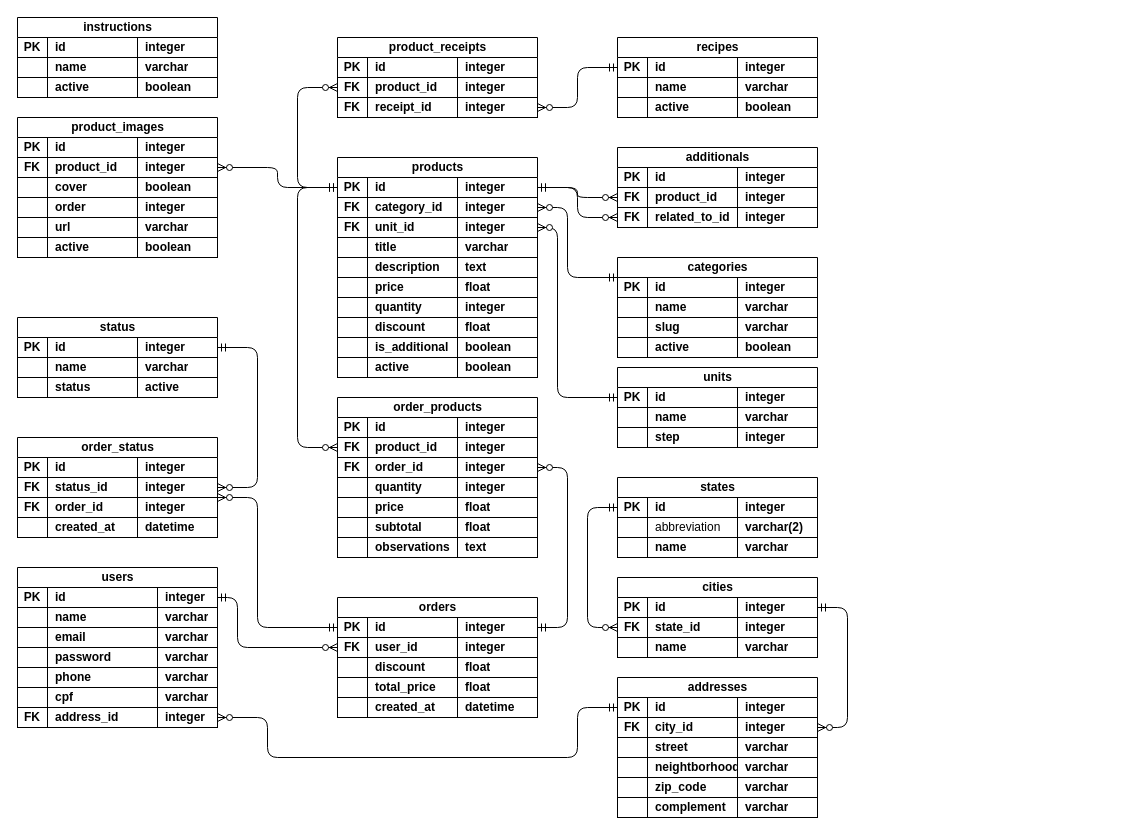
Before: database/mer/UML.drawio in univesp-pium/apprestaurantes, a draw.io diagram. Source tidied: cells renumbered, new cells numbered last; positions are measured from the earlier drawing's top-left corner, leaving out a move shared by most shapes. Both pictures are drawn from the tidied source at 100%, with x=0, y=0 at pixel (17, 17).
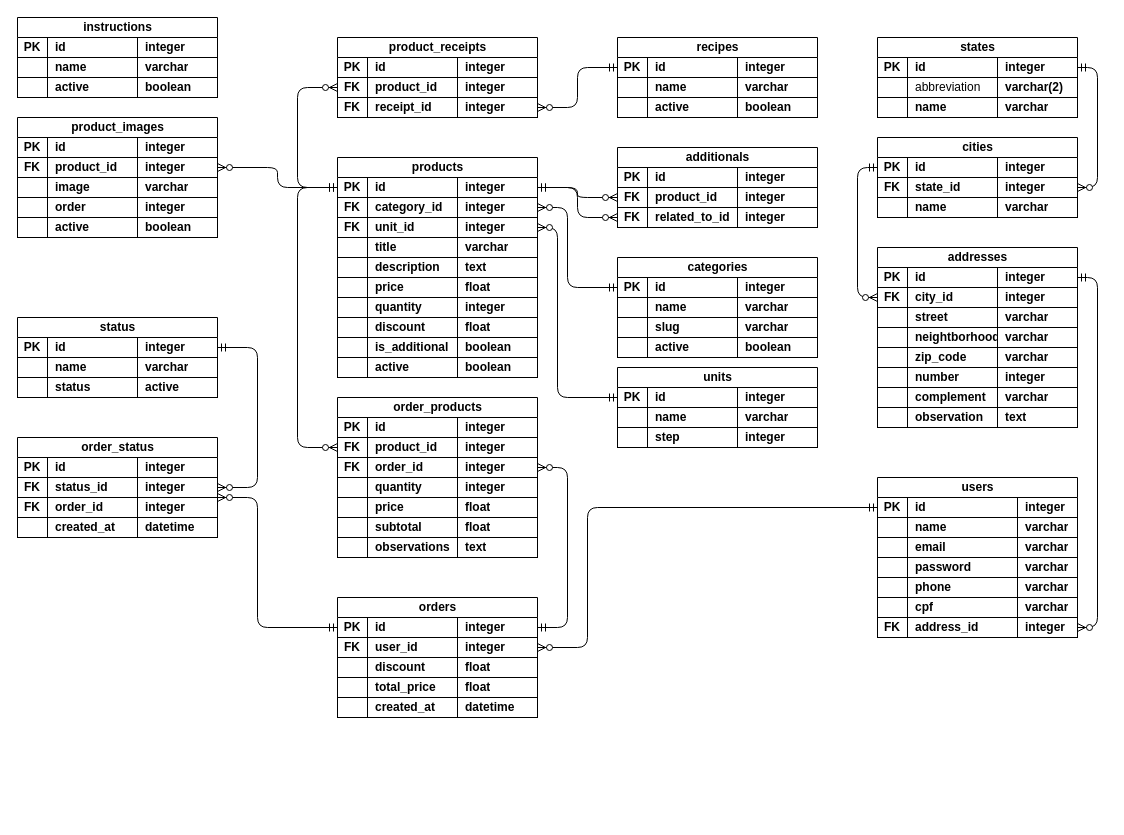
The same diagram, later.

Unchanged cells that the change refers to:
```xml
<mxCell id="3" style="shape=tableRow;horizontal=0;startSize=0;swimlaneHead=0;swimlaneBody=0;fillColor=none;points=[[0,0.5],[1,0.5]];portConstraint=eastwest;top=0;left=0;right=0;bottom=1;" parent="2" vertex="1">
  <mxGeometry y="20" width="200" height="20" as="geometry" />
</mxCell>
<mxCell id="27" style="shape=tableRow;horizontal=0;startSize=0;swimlaneHead=0;swimlaneBody=0;fillColor=none;points=[[0,0.5],[1,0.5]];portConstraint=eastwest;top=0;left=0;right=0;bottom=1;" parent="2" vertex="1">
  <mxGeometry y="140" width="200" height="20" as="geometry" />
</mxCell>
<mxCell id="36" style="shape=tableRow;horizontal=0;startSize=0;swimlaneHead=0;swimlaneBody=0;fillColor=none;points=[[0,0.5],[1,0.5]];portConstraint=eastwest;top=0;left=0;right=0;bottom=1;fontFamily=Helvetica;fontSize=12;fontColor=default;labelBackgroundColor=default;" parent="31" vertex="1">
  <mxGeometry y="40" width="200" height="20" as="geometry" />
</mxCell>
<mxCell id="116" style="shape=tableRow;horizontal=0;startSize=0;swimlaneHead=0;swimlaneBody=0;fillColor=none;points=[[0,0.5],[1,0.5]];portConstraint=eastwest;top=0;left=0;right=0;bottom=1;fontFamily=Helvetica;fontSize=12;fontColor=default;labelBackgroundColor=default;" parent="111" vertex="1">
  <mxGeometry y="40" width="200" height="20" as="geometry" />
</mxCell>
<mxCell id="153" style="shape=tableRow;horizontal=0;startSize=0;swimlaneHead=0;swimlaneBody=0;fillColor=none;points=[[0,0.5],[1,0.5]];portConstraint=eastwest;top=0;left=0;right=0;bottom=1;fontFamily=Helvetica;fontSize=12;fontColor=default;labelBackgroundColor=default;" parent="152" vertex="1">
  <mxGeometry y="20" width="200" height="20" as="geometry" />
</mxCell>
<mxCell id="195" style="shape=tableRow;horizontal=0;startSize=0;swimlaneHead=0;swimlaneBody=0;fillColor=none;points=[[0,0.5],[1,0.5]];portConstraint=eastwest;top=0;left=0;right=0;bottom=1;fontFamily=Helvetica;fontSize=12;fontColor=default;labelBackgroundColor=default;" parent="194" vertex="1">
  <mxGeometry y="20" width="200" height="20" as="geometry" />
</mxCell>
<mxCell id="199" style="shape=tableRow;horizontal=0;startSize=0;swimlaneHead=0;swimlaneBody=0;fillColor=none;points=[[0,0.5],[1,0.5]];portConstraint=eastwest;top=0;left=0;right=0;bottom=1;fontFamily=Helvetica;fontSize=12;fontColor=default;labelBackgroundColor=default;" parent="194" vertex="1">
  <mxGeometry y="40" width="200" height="20" as="geometry" />
</mxCell>
<mxCell id="215" style="shape=tableRow;horizontal=0;startSize=0;swimlaneHead=0;swimlaneBody=0;fillColor=none;top=0;left=0;right=0;bottom=1;fontFamily=Helvetica;fontSize=12;fontColor=default;labelBackgroundColor=default;" parent="194" vertex="1">
  <mxGeometry y="120" width="200" height="20" as="geometry" />
</mxCell>
<mxCell id="220" style="shape=tableRow;horizontal=0;startSize=0;swimlaneHead=0;swimlaneBody=0;fillColor=none;points=[[0,0.5],[1,0.5]];portConstraint=eastwest;top=0;left=0;right=0;bottom=1;fontFamily=Helvetica;fontSize=12;fontColor=default;labelBackgroundColor=default;" parent="219" vertex="1">
  <mxGeometry y="20" width="200" height="20" as="geometry" />
</mxCell>
<mxCell id="224" style="shape=tableRow;horizontal=0;startSize=0;swimlaneHead=0;swimlaneBody=0;fillColor=none;points=[[0,0.5],[1,0.5]];portConstraint=eastwest;top=0;left=0;right=0;bottom=1;fontFamily=Helvetica;fontSize=12;fontColor=default;labelBackgroundColor=default;" parent="219" vertex="1">
  <mxGeometry y="40" width="200" height="20" as="geometry" />
</mxCell>
<mxCell id="233" style="shape=tableRow;horizontal=0;startSize=0;swimlaneHead=0;swimlaneBody=0;fillColor=none;points=[[0,0.5],[1,0.5]];portConstraint=eastwest;top=0;left=0;right=0;bottom=1;fontFamily=Helvetica;fontSize=12;fontColor=default;labelBackgroundColor=default;" parent="232" vertex="1">
  <mxGeometry y="20" width="200" height="20" as="geometry" />
</mxCell>
```

Diff of the diagram source:
```diff
@@
     <mxCell id="2" value="users" style="shape=table;startSize=20;childLayout=tableLayout;rowLines=0;fontStyle=1;align=center;html=1;" parent="1" vertex="1">
-      <mxGeometry y="550" width="200" height="160" as="geometry" />
+      <mxGeometry x="860" y="460" width="200" height="160" as="geometry" />
     </mxCell>
@@
     <mxCell id="169" value="product_images" style="shape=table;startSize=20;childLayout=tableLayout;rowLines=0;fontStyle=1;align=center;html=1;fontFamily=Helvetica;fontSize=12;fontColor=default;labelBackgroundColor=default;" parent="1" vertex="1">
-      <mxGeometry y="100" width="200" height="140" as="geometry" />
+      <mxGeometry y="100" width="200" height="120" as="geometry" />
     </mxCell>
@@
-    <mxCell id="178" style="shape=tableRow;horizontal=0;startSize=0;swimlaneHead=0;swimlaneBody=0;fillColor=none;top=0;left=0;right=0;bottom=1;fontFamily=Helvetica;fontSize=12;fontColor=default;labelBackgroundColor=default;" parent="169" vertex="1">
-      <mxGeometry y="60" width="200" height="20" as="geometry" />
-    </mxCell>
-    <mxCell id="179" style="shape=partialRectangle;fillColor=none;top=0;left=0;bottom=0;right=0;fontStyle=1;overflow=hidden;whiteSpace=wrap;html=1;fontFamily=Helvetica;fontSize=12;fontColor=default;labelBackgroundColor=default;" parent="178" vertex="1">
-      <mxGeometry width="30" height="20" as="geometry" />
-    </mxCell>
-    <mxCell id="180" value="cover" style="shape=partialRectangle;fillColor=none;top=0;left=0;bottom=0;right=0;align=left;spacingLeft=6;fontStyle=1;overflow=hidden;whiteSpace=wrap;html=1;fontFamily=Helvetica;fontSize=12;fontColor=default;labelBackgroundColor=default;" parent="178" vertex="1">
-      <mxGeometry x="30" width="90" height="20" as="geometry" />
-    </mxCell>
-    <mxCell id="181" value="boolean" style="shape=partialRectangle;fillColor=none;top=0;left=0;bottom=0;right=0;align=left;spacingLeft=6;fontStyle=1;overflow=hidden;whiteSpace=wrap;html=1;fontFamily=Helvetica;fontSize=12;fontColor=default;labelBackgroundColor=default;" parent="178" vertex="1">
-      <mxGeometry x="120" width="80" height="20" as="geometry" />
-    </mxCell>
+    <mxCell id="186" style="shape=tableRow;horizontal=0;startSize=0;swimlaneHead=0;swimlaneBody=0;fillColor=none;top=0;left=0;right=0;bottom=1;fontFamily=Helvetica;fontSize=12;fontColor=default;labelBackgroundColor=default;" parent="169" vertex="1">
+      <mxGeometry y="60" width="200" height="20" as="geometry" />
+    </mxCell>
+    <mxCell id="187" style="shape=partialRectangle;fillColor=none;top=0;left=0;bottom=0;right=0;fontStyle=1;overflow=hidden;whiteSpace=wrap;html=1;fontFamily=Helvetica;fontSize=12;fontColor=default;labelBackgroundColor=default;" parent="186" vertex="1">
+      <mxGeometry width="30" height="20" as="geometry" />
+    </mxCell>
+    <mxCell id="188" value="image" style="shape=partialRectangle;fillColor=none;top=0;left=0;bottom=0;right=0;align=left;spacingLeft=6;fontStyle=1;overflow=hidden;whiteSpace=wrap;html=1;fontFamily=Helvetica;fontSize=12;fontColor=default;labelBackgroundColor=default;" parent="186" vertex="1">
+      <mxGeometry x="30" width="90" height="20" as="geometry" />
+    </mxCell>
+    <mxCell id="189" value="varchar" style="shape=partialRectangle;fillColor=none;top=0;left=0;bottom=0;right=0;align=left;spacingLeft=6;fontStyle=1;overflow=hidden;whiteSpace=wrap;html=1;fontFamily=Helvetica;fontSize=12;fontColor=default;labelBackgroundColor=default;" parent="186" vertex="1">
+      <mxGeometry x="120" width="80" height="20" as="geometry" />
+    </mxCell>
@@
-    <mxCell id="186" style="shape=tableRow;horizontal=0;startSize=0;swimlaneHead=0;swimlaneBody=0;fillColor=none;top=0;left=0;right=0;bottom=1;fontFamily=Helvetica;fontSize=12;fontColor=default;labelBackgroundColor=default;" parent="169" vertex="1">
-      <mxGeometry y="100" width="200" height="20" as="geometry" />
-    </mxCell>
-    <mxCell id="187" style="shape=partialRectangle;fillColor=none;top=0;left=0;bottom=0;right=0;fontStyle=1;overflow=hidden;whiteSpace=wrap;html=1;fontFamily=Helvetica;fontSize=12;fontColor=default;labelBackgroundColor=default;" parent="186" vertex="1">
-      <mxGeometry width="30" height="20" as="geometry" />
-    </mxCell>
-    <mxCell id="188" value="url" style="shape=partialRectangle;fillColor=none;top=0;left=0;bottom=0;right=0;align=left;spacingLeft=6;fontStyle=1;overflow=hidden;whiteSpace=wrap;html=1;fontFamily=Helvetica;fontSize=12;fontColor=default;labelBackgroundColor=default;" parent="186" vertex="1">
-      <mxGeometry x="30" width="90" height="20" as="geometry" />
-    </mxCell>
-    <mxCell id="189" value="varchar" style="shape=partialRectangle;fillColor=none;top=0;left=0;bottom=0;right=0;align=left;spacingLeft=6;fontStyle=1;overflow=hidden;whiteSpace=wrap;html=1;fontFamily=Helvetica;fontSize=12;fontColor=default;labelBackgroundColor=default;" parent="186" vertex="1">
-      <mxGeometry x="120" width="80" height="20" as="geometry" />
-    </mxCell>
     <mxCell id="190" style="shape=tableRow;horizontal=0;startSize=0;swimlaneHead=0;swimlaneBody=0;fillColor=none;top=0;left=0;right=0;bottom=1;fontFamily=Helvetica;fontSize=12;fontColor=default;labelBackgroundColor=default;" parent="169" vertex="1">
-      <mxGeometry y="120" width="200" height="20" as="geometry" />
+      <mxGeometry y="100" width="200" height="20" as="geometry" />
     </mxCell>
@@
     <mxCell id="194" value="addresses" style="shape=table;startSize=20;childLayout=tableLayout;rowLines=0;fontStyle=1;align=center;html=1;fontFamily=Helvetica;fontSize=12;fontColor=default;labelBackgroundColor=default;" parent="1" vertex="1">
-      <mxGeometry x="600" y="660" width="200" height="140" as="geometry" />
+      <mxGeometry x="860" y="230" width="200" height="180" as="geometry" />
     </mxCell>
@@
-    <mxCell id="217" value="complement" style="shape=partialRectangle;fillColor=none;top=0;left=0;bottom=0;right=0;align=left;spacingLeft=6;fontStyle=1;overflow=hidden;whiteSpace=wrap;html=1;fontFamily=Helvetica;fontSize=12;fontColor=default;labelBackgroundColor=default;" parent="215" vertex="1">
+    <mxCell id="217" value="number" style="shape=partialRectangle;fillColor=none;top=0;left=0;bottom=0;right=0;align=left;spacingLeft=6;fontStyle=1;overflow=hidden;whiteSpace=wrap;html=1;fontFamily=Helvetica;fontSize=12;fontColor=default;labelBackgroundColor=default;" parent="215" vertex="1">
       <mxGeometry x="30" width="90" height="20" as="geometry" />
     </mxCell>
-    <mxCell id="218" value="varchar" style="shape=partialRectangle;fillColor=none;top=0;left=0;bottom=0;right=0;align=left;spacingLeft=6;fontStyle=1;overflow=hidden;whiteSpace=wrap;html=1;fontFamily=Helvetica;fontSize=12;fontColor=default;labelBackgroundColor=default;" parent="215" vertex="1">
+    <mxCell id="218" value="integer" style="shape=partialRectangle;fillColor=none;top=0;left=0;bottom=0;right=0;align=left;spacingLeft=6;fontStyle=1;overflow=hidden;whiteSpace=wrap;html=1;fontFamily=Helvetica;fontSize=12;fontColor=default;labelBackgroundColor=default;" parent="215" vertex="1">
       <mxGeometry x="120" width="80" height="20" as="geometry" />
     </mxCell>
+    <mxCell id="325" style="shape=tableRow;horizontal=0;startSize=0;swimlaneHead=0;swimlaneBody=0;fillColor=none;top=0;left=0;right=0;bottom=1;fontFamily=Helvetica;fontSize=12;fontColor=default;labelBackgroundColor=default;" parent="194" vertex="1">
+      <mxGeometry y="140" width="200" height="20" as="geometry" />
+    </mxCell>
+    <mxCell id="326" style="shape=partialRectangle;fillColor=none;top=0;left=0;bottom=0;right=0;fontStyle=1;overflow=hidden;whiteSpace=wrap;html=1;fontFamily=Helvetica;fontSize=12;fontColor=default;labelBackgroundColor=default;" parent="325" vertex="1">
+      <mxGeometry width="30" height="20" as="geometry" />
+    </mxCell>
+    <mxCell id="327" value="complement" style="shape=partialRectangle;fillColor=none;top=0;left=0;bottom=0;right=0;align=left;spacingLeft=6;fontStyle=1;overflow=hidden;whiteSpace=wrap;html=1;fontFamily=Helvetica;fontSize=12;fontColor=default;labelBackgroundColor=default;" parent="325" vertex="1">
+      <mxGeometry x="30" width="90" height="20" as="geometry" />
+    </mxCell>
+    <mxCell id="328" value="varchar" style="shape=partialRectangle;fillColor=none;top=0;left=0;bottom=0;right=0;align=left;spacingLeft=6;fontStyle=1;overflow=hidden;whiteSpace=wrap;html=1;fontFamily=Helvetica;fontSize=12;fontColor=default;labelBackgroundColor=default;" parent="325" vertex="1">
+      <mxGeometry x="120" width="80" height="20" as="geometry" />
+    </mxCell>
+    <mxCell id="329" style="shape=tableRow;horizontal=0;startSize=0;swimlaneHead=0;swimlaneBody=0;fillColor=none;top=0;left=0;right=0;bottom=1;fontFamily=Helvetica;fontSize=12;fontColor=default;labelBackgroundColor=default;" parent="194" vertex="1">
+      <mxGeometry y="160" width="200" height="20" as="geometry" />
+    </mxCell>
+    <mxCell id="330" style="shape=partialRectangle;fillColor=none;top=0;left=0;bottom=0;right=0;fontStyle=1;overflow=hidden;whiteSpace=wrap;html=1;fontFamily=Helvetica;fontSize=12;fontColor=default;labelBackgroundColor=default;" parent="329" vertex="1">
+      <mxGeometry width="30" height="20" as="geometry" />
+    </mxCell>
+    <mxCell id="331" value="observation" style="shape=partialRectangle;fillColor=none;top=0;left=0;bottom=0;right=0;align=left;spacingLeft=6;fontStyle=1;overflow=hidden;whiteSpace=wrap;html=1;fontFamily=Helvetica;fontSize=12;fontColor=default;labelBackgroundColor=default;" parent="329" vertex="1">
+      <mxGeometry x="30" width="90" height="20" as="geometry" />
+    </mxCell>
+    <mxCell id="332" value="text" style="shape=partialRectangle;fillColor=none;top=0;left=0;bottom=0;right=0;align=left;spacingLeft=6;fontStyle=1;overflow=hidden;whiteSpace=wrap;html=1;fontFamily=Helvetica;fontSize=12;fontColor=default;labelBackgroundColor=default;" parent="329" vertex="1">
+      <mxGeometry x="120" width="80" height="20" as="geometry" />
+    </mxCell>
     <mxCell id="219" value="cities" style="shape=table;startSize=20;childLayout=tableLayout;rowLines=0;fontStyle=1;align=center;html=1;fontFamily=Helvetica;fontSize=12;fontColor=default;labelBackgroundColor=default;" parent="1" vertex="1">
-      <mxGeometry x="600" y="560" width="200" height="80" as="geometry" />
+      <mxGeometry x="860" y="120" width="200" height="80" as="geometry" />
     </mxCell>
@@
     <mxCell id="232" value="states" style="shape=table;startSize=20;childLayout=tableLayout;rowLines=0;fontStyle=1;align=center;html=1;fontFamily=Helvetica;fontSize=12;fontColor=default;labelBackgroundColor=default;" parent="1" vertex="1">
-      <mxGeometry x="600" y="460" width="200" height="80" as="geometry" />
+      <mxGeometry x="860" y="20" width="200" height="80" as="geometry" />
     </mxCell>
@@
     <mxCell id="245" style="edgeStyle=elbowEdgeStyle;curved=0;rounded=1;jettySize=auto;html=1;strokeColor=default;align=center;verticalAlign=middle;fontFamily=Helvetica;fontSize=12;fontColor=default;labelBackgroundColor=default;startArrow=ERmandOne;endArrow=ERzeroToMany;" parent="1" edge="1" source="220" target="199">
       <mxGeometry relative="1" as="geometry">
         <Array as="points">
-          <mxPoint x="830" y="650" />
+          <mxPoint x="840" y="320" />
         </Array>
       </mxGeometry>
     </mxCell>
     <mxCell id="246" style="edgeStyle=elbowEdgeStyle;curved=0;rounded=1;jettySize=auto;html=1;strokeColor=default;align=center;verticalAlign=middle;fontFamily=Helvetica;fontSize=12;fontColor=default;labelBackgroundColor=default;startArrow=ERmandOne;endArrow=ERzeroToMany;" parent="1" edge="1" source="233" target="224">
       <mxGeometry relative="1" as="geometry">
         <Array as="points">
-          <mxPoint x="570" y="520" />
+          <mxPoint x="1080" y="120" />
         </Array>
       </mxGeometry>
     </mxCell>
     <mxCell id="247" style="edgeStyle=elbowEdgeStyle;curved=0;rounded=1;jettySize=auto;html=1;strokeColor=default;align=center;verticalAlign=middle;fontFamily=Helvetica;fontSize=12;fontColor=default;labelBackgroundColor=default;startArrow=ERmandOne;endArrow=ERzeroToMany;" parent="1" edge="1" source="3" target="36">
       <mxGeometry relative="1" as="geometry">
         <Array as="points">
-          <mxPoint x="220" y="630" />
+          <mxPoint x="570" y="580" />
         </Array>
       </mxGeometry>
     </mxCell>
@@
     <mxCell id="253" style="edgeStyle=elbowEdgeStyle;curved=0;rounded=1;jettySize=auto;html=1;strokeColor=default;align=center;verticalAlign=middle;fontFamily=Helvetica;fontSize=12;fontColor=default;labelBackgroundColor=default;startArrow=ERmandOne;endArrow=ERzeroToMany;" parent="1" edge="1" source="153" target="116">
       <mxGeometry relative="1" as="geometry">
         <Array as="points">
-          <mxPoint x="550" y="260" />
+          <mxPoint x="550" y="230" />
         </Array>
       </mxGeometry>
     </mxCell>
     <mxCell id="254" style="edgeStyle=orthogonalEdgeStyle;rounded=1;jettySize=auto;html=1;strokeColor=default;align=center;verticalAlign=middle;fontFamily=Helvetica;fontSize=12;fontColor=default;labelBackgroundColor=default;startArrow=ERmandOne;endArrow=ERzeroToMany;" parent="1" edge="1" source="195" target="27">
       <mxGeometry relative="1" as="geometry">
         <Array as="points">
-          <mxPoint x="560" y="690" />
-          <mxPoint x="560" y="740" />
-          <mxPoint x="250" y="740" />
-          <mxPoint x="250" y="700" />
+          <mxPoint x="1080" y="260" />
+          <mxPoint x="1080" y="610" />
         </Array>
       </mxGeometry>
     </mxCell>
```
